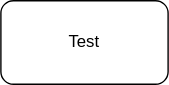
This is flowchart.svg from novanzz/java-basic, a draw.io export, as it was before one commit. Source tidied: cells renumbered, new cells last; positions are measured from the earlier drawing's top-left corner, leaving out a move shared by most shapes.
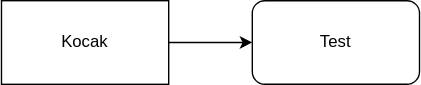
Above is the later version.

What changed in the source:
```diff
@@ -5,5 +5,11 @@
     <mxCell id="2" value="Test" style="rounded=1;whiteSpace=wrap;html=1;" parent="1" vertex="1">
       <mxGeometry width="120" height="60" as="geometry" />
     </mxCell>
+    <mxCell id="3" style="edgeStyle=orthogonalEdgeStyle;rounded=0;jettySize=auto;html=1;exitX=1;exitY=0.5;exitDx=0;exitDy=0;" parent="1" edge="1" source="4" target="2">
+      <mxGeometry relative="1" as="geometry" />
+    </mxCell>
+    <mxCell id="4" value="Kocak" style="rounded=0;whiteSpace=wrap;html=1;" parent="1" vertex="1">
+      <mxGeometry x="-180" width="120" height="60" as="geometry" />
+    </mxCell>
   </root>
 </mxGraphModel>
```
